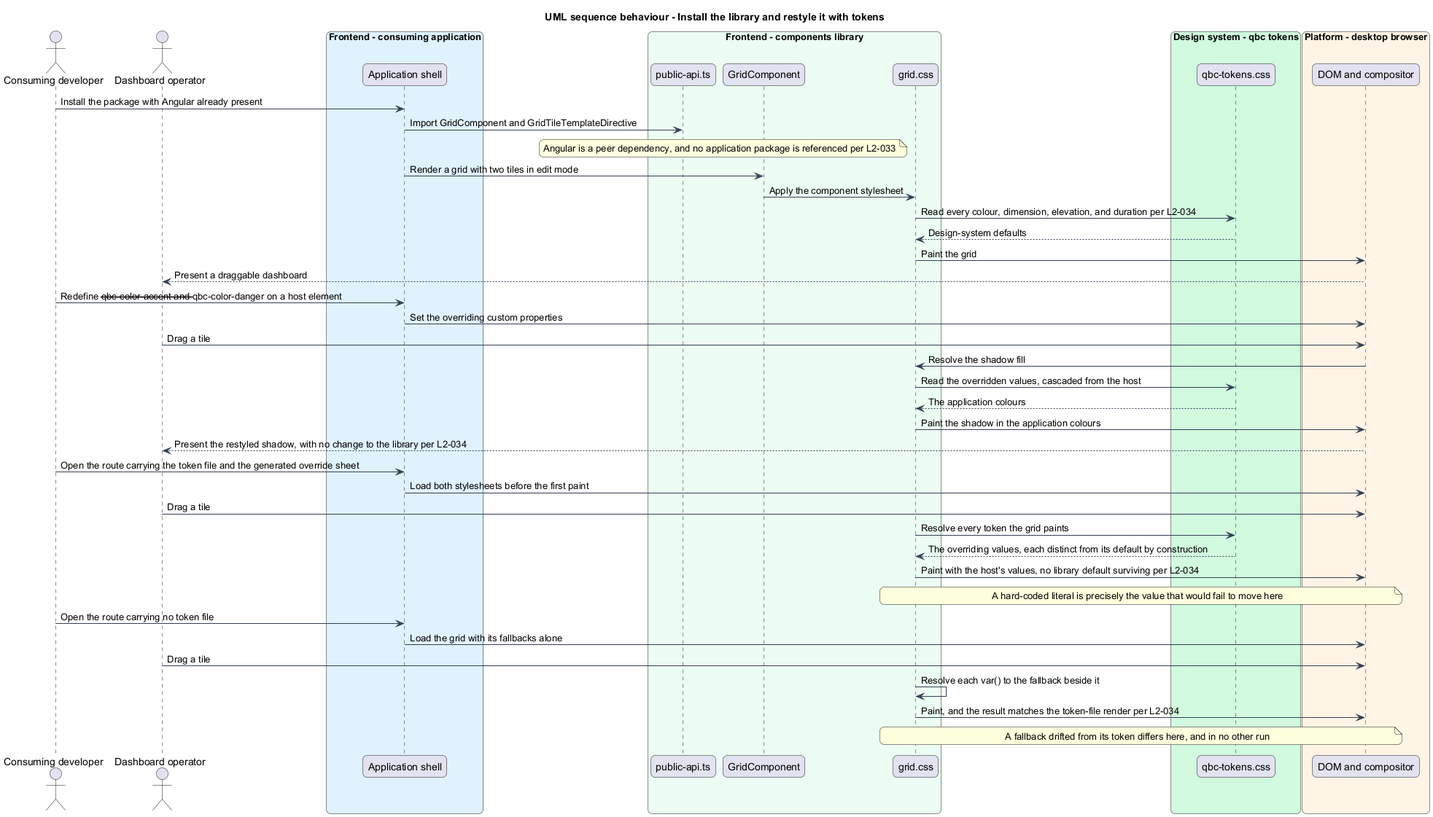
Before: docs/detailed-designs/library-delivery/theme-the-grid/diagrams/sequence-consume-and-restyle.png, a diagram exported from PlantUML (QuinntyneBrown/qbc-grid).
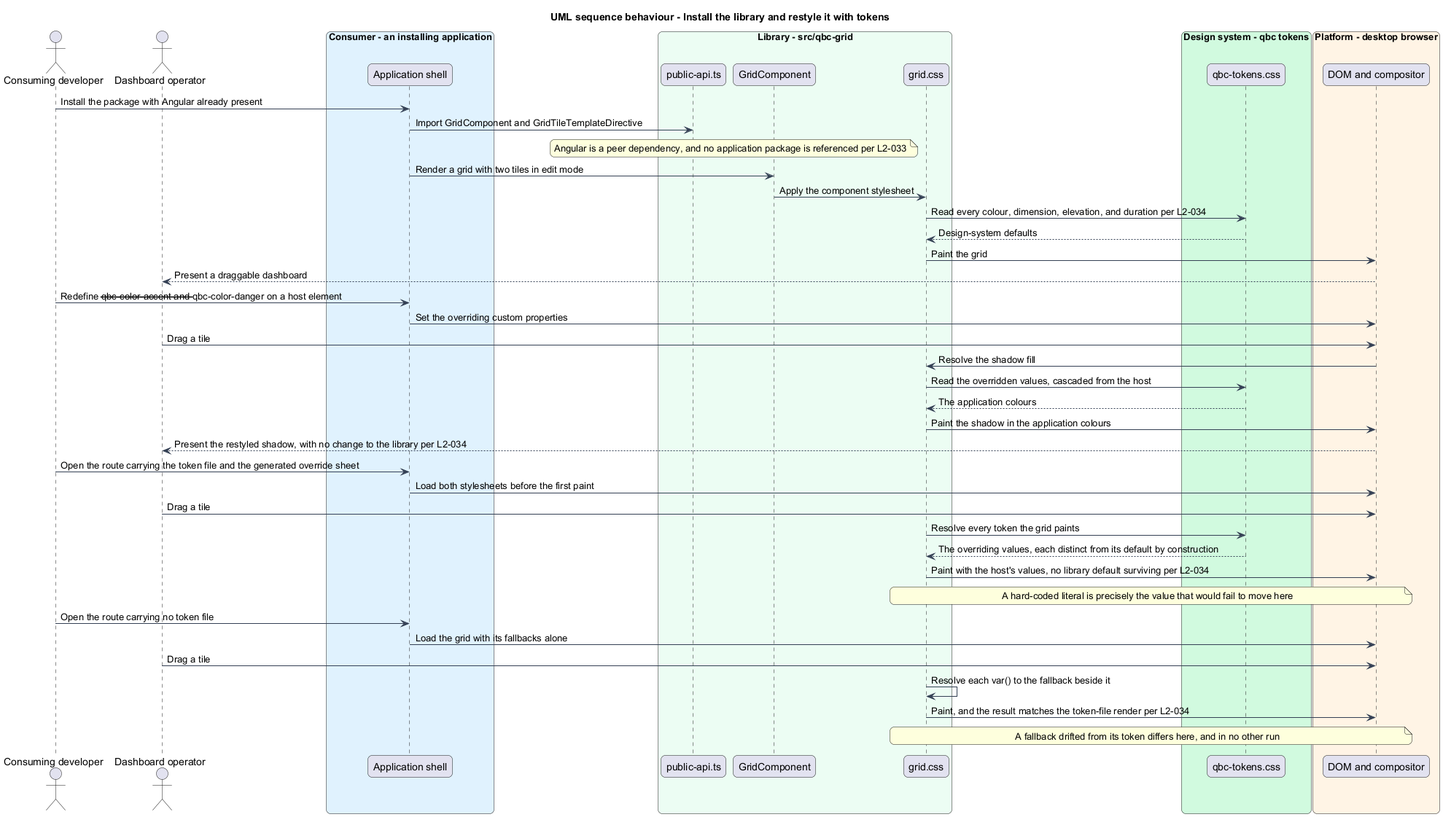
The same diagram one commit later.

What changed in the source:
```diff
@@ -16,10 +16,10 @@
 }
 actor "Consuming developer" as dev
 actor "Dashboard operator" as operator
-box "Frontend - consuming application" #E0F2FE
+box "Consumer - an installing application" #E0F2FE
   participant "Application shell" as app
 end box
-box "Frontend - components library" #ECFDF3
+box "Library - src/qbc-grid" #ECFDF3
   participant "public-api.ts" as entry
   participant "GridComponent" as grid
   participant "grid.css" as styles
```
